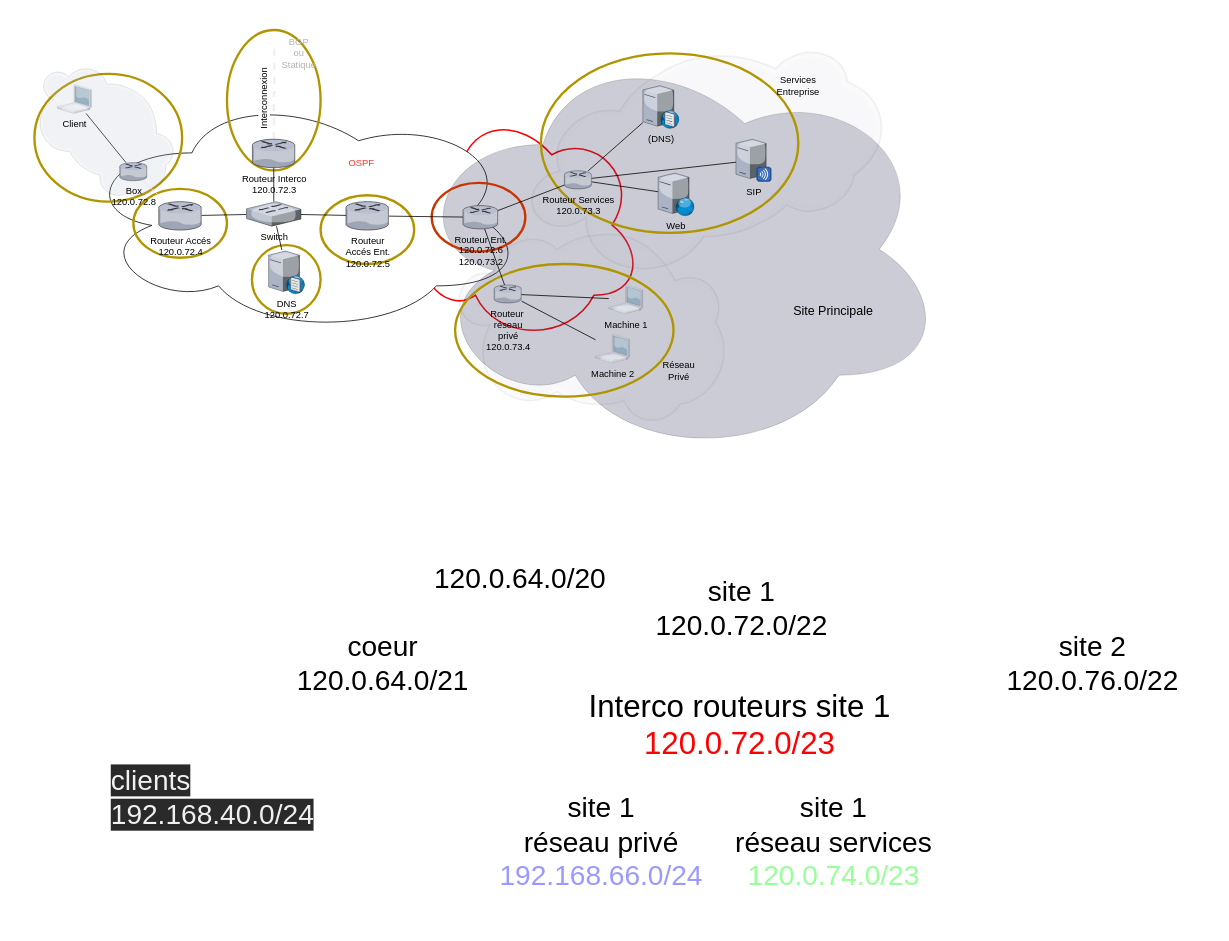
The draw.io diagram schema.drawio in DinoGurnari/Projet_Interco_GroupeA4, before the edit. Source tidied: cells renumbered, new cells numbered last; positions are measured from the earlier drawing's top-left corner, leaving out a move shared by most shapes. Both pictures are drawn from the tidied source at 78%, with x=0, y=0 at pixel (26, 30).
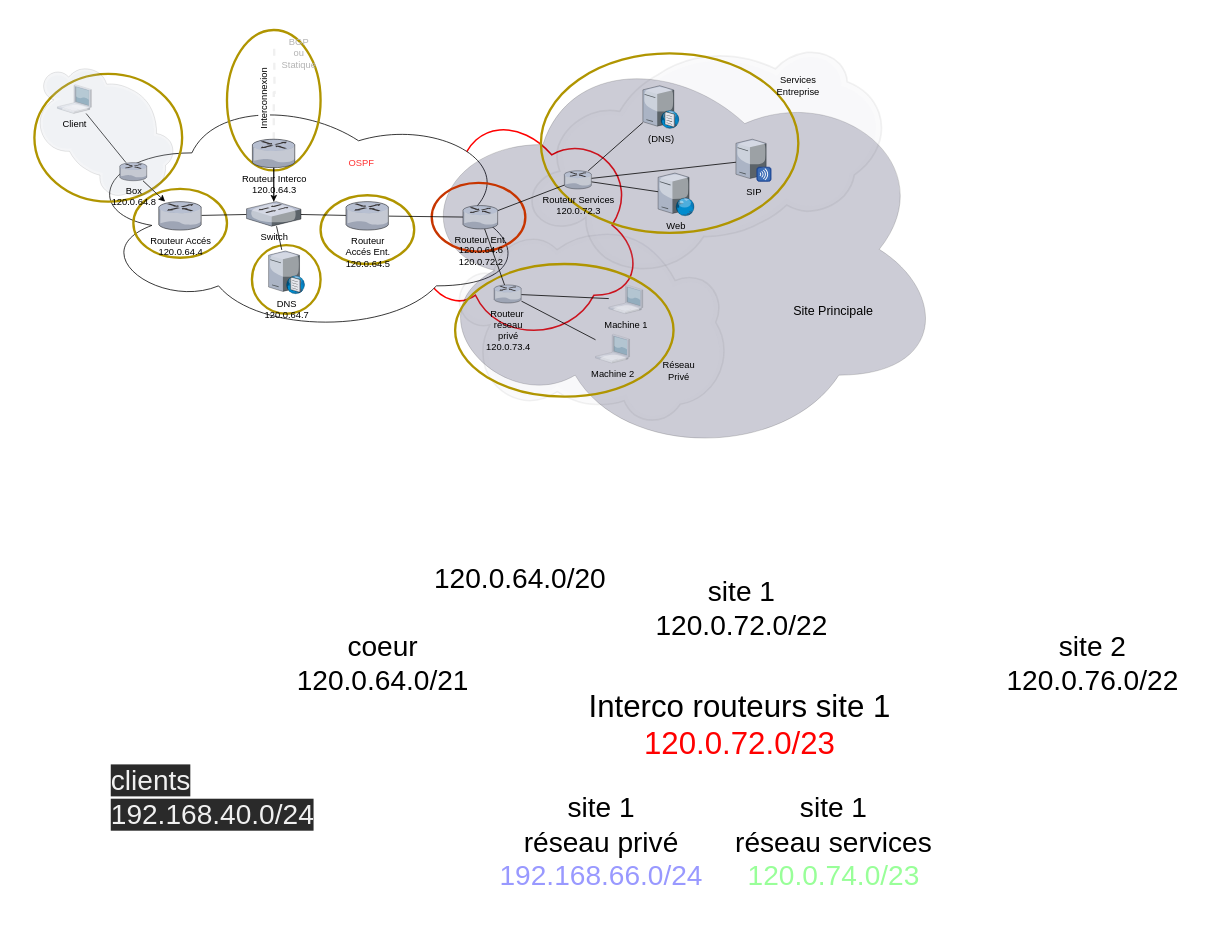
After the change.

Unchanged cells that the change refers to:
```xml
<mxCell id="58" value="Switch" style="verticalLabelPosition=bottom;html=1;verticalAlign=top;strokeColor=none;align=center;outlineConnect=0;shape=mxgraph.citrix.switch;fillColor=none;" parent="1" vertex="1">
  <mxGeometry x="282.6" y="220" width="69.8" height="31.5" as="geometry" />
</mxCell>
```

Change to the diagram source:
```diff
@@
+    <mxCell id="60" style="edgeStyle=none;html=1;" parent="1" edge="1" source="17" target="58">
+      <mxGeometry relative="1" as="geometry" />
+    </mxCell>
-    <mxCell id="17" value="Routeur Interco&lt;br&gt;120.0.72.3" style="verticalLabelPosition=bottom;html=1;verticalAlign=top;strokeColor=none;align=center;outlineConnect=0;shape=mxgraph.citrix.router;" parent="1" vertex="1">
+    <mxCell id="17" value="Routeur Interco&lt;br&gt;120.0.64.3" style="verticalLabelPosition=bottom;html=1;verticalAlign=top;strokeColor=none;align=center;outlineConnect=0;shape=mxgraph.citrix.router;" parent="1" vertex="1">
       <mxGeometry x="290" y="140" width="55" height="36.5" as="geometry" />
     </mxCell>
-    <mxCell id="18" value="Routeur&lt;br&gt;Accés Ent.&lt;br&gt;120.0.72.5" style="verticalLabelPosition=bottom;html=1;verticalAlign=top;strokeColor=none;align=center;outlineConnect=0;shape=mxgraph.citrix.router;" parent="1" vertex="1">
+    <mxCell id="18" value="Routeur&lt;br&gt;Accés Ent.&lt;br&gt;120.0.64.5" style="verticalLabelPosition=bottom;html=1;verticalAlign=top;strokeColor=none;align=center;outlineConnect=0;shape=mxgraph.citrix.router;" parent="1" vertex="1">
       <mxGeometry x="410" y="220" width="55" height="36.5" as="geometry" />
     </mxCell>
-    <mxCell id="19" value="Routeur Accés&lt;br&gt;120.0.72.4" style="verticalLabelPosition=bottom;html=1;verticalAlign=top;strokeColor=none;align=center;outlineConnect=0;shape=mxgraph.citrix.router;" parent="1" vertex="1">
+    <mxCell id="19" value="Routeur Accés&lt;br&gt;120.0.64.4" style="verticalLabelPosition=bottom;html=1;verticalAlign=top;strokeColor=none;align=center;outlineConnect=0;shape=mxgraph.citrix.router;" parent="1" vertex="1">
       <mxGeometry x="170" y="220" width="55" height="36.5" as="geometry" />
     </mxCell>
@@
+    <mxCell id="61" style="edgeStyle=none;html=1;" parent="1" edge="1" source="28" target="19">
+      <mxGeometry relative="1" as="geometry" />
+    </mxCell>
-    <mxCell id="28" value="Box&lt;br&gt;120.0.72.8" style="verticalLabelPosition=bottom;html=1;verticalAlign=top;strokeColor=none;align=center;outlineConnect=0;shape=mxgraph.citrix.router;" parent="1" vertex="1">
+    <mxCell id="28" value="Box&lt;br&gt;120.0.64.8" style="verticalLabelPosition=bottom;html=1;verticalAlign=top;strokeColor=none;align=center;outlineConnect=0;shape=mxgraph.citrix.router;" parent="1" vertex="1">
       <mxGeometry x="120" y="170" width="35" height="23.2" as="geometry" />
     </mxCell>
@@
-    <mxCell id="32" value="Routeur Services&lt;br&gt;120.0.73.3" style="verticalLabelPosition=bottom;html=1;verticalAlign=top;strokeColor=none;align=center;outlineConnect=0;shape=mxgraph.citrix.router;" parent="1" vertex="1">
+    <mxCell id="32" value="Routeur Services&lt;br&gt;120.0.72.3" style="verticalLabelPosition=bottom;html=1;verticalAlign=top;strokeColor=none;align=center;outlineConnect=0;shape=mxgraph.citrix.router;" parent="1" vertex="1">
       <mxGeometry x="690" y="180.5" width="35" height="23.2" as="geometry" />
     </mxCell>
@@
-    <mxCell id="36" value="DNS&lt;br&gt;120.0.72.7" style="verticalLabelPosition=bottom;html=1;verticalAlign=top;strokeColor=none;align=center;outlineConnect=0;shape=mxgraph.citrix.dns_server;" parent="1" vertex="1">
+    <mxCell id="36" value="DNS&lt;br&gt;120.0.64.7" style="verticalLabelPosition=bottom;html=1;verticalAlign=top;strokeColor=none;align=center;outlineConnect=0;shape=mxgraph.citrix.dns_server;" parent="1" vertex="1">
       <mxGeometry x="310.8" y="281.9" width="46.5" height="56.2" as="geometry" />
     </mxCell>
@@
-    <mxCell id="44" value="Routeur&amp;nbsp;Ent.&lt;br&gt;120.0.72.6&lt;br&gt;120.0.73.2" style="verticalLabelPosition=bottom;html=1;verticalAlign=top;strokeColor=none;align=center;outlineConnect=0;shape=mxgraph.citrix.router;" parent="1" vertex="1">
+    <mxCell id="44" value="Routeur&amp;nbsp;Ent.&lt;br&gt;120.0.64.6&lt;br&gt;120.0.72.2" style="verticalLabelPosition=bottom;html=1;verticalAlign=top;strokeColor=none;align=center;outlineConnect=0;shape=mxgraph.citrix.router;" parent="1" vertex="1">
       <mxGeometry x="560" y="225.1" width="45" height="29.9" as="geometry" />
     </mxCell>
```
